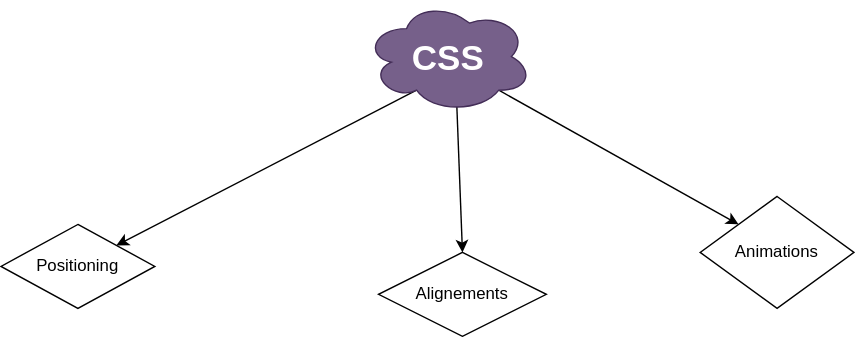
This is css/css.svg from knkrn5/Programming-Concepts, a draw.io export, as it was before one commit. Source tidied: cells renumbered, new cells last; positions are measured from the earlier drawing's top-left corner, leaving out a move shared by most shapes.
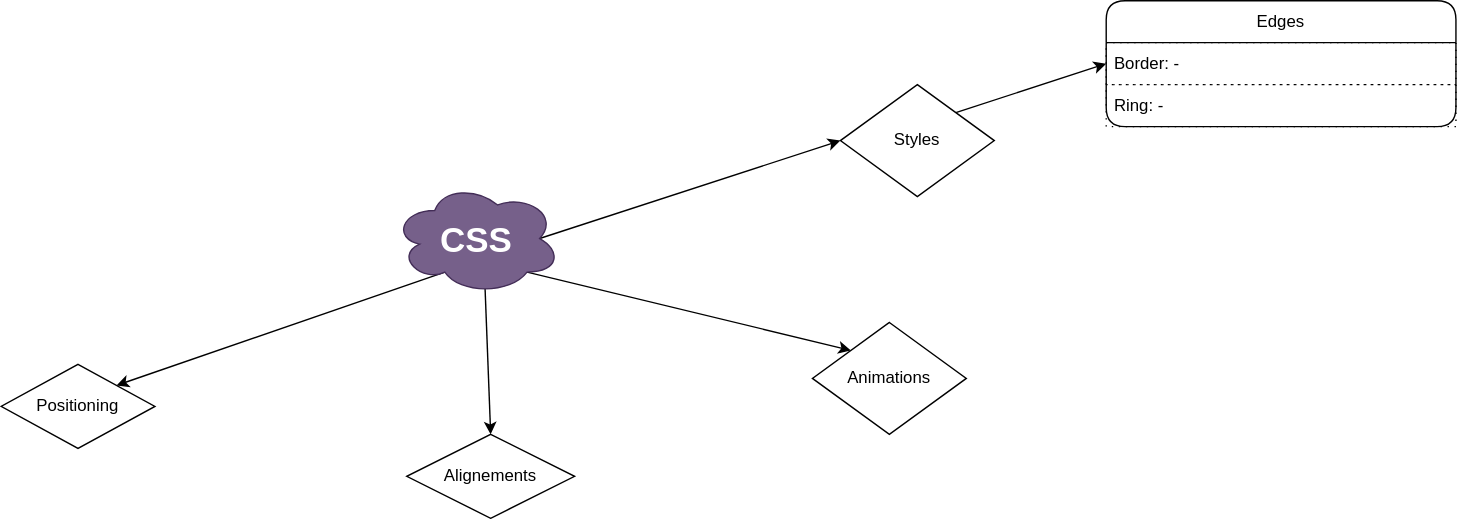
Above is the later version.

Diff of the diagram source:
```diff
@@ -11,17 +11,35 @@
     <mxCell id="4" style="edgeStyle=none;html=1;exitX=0.55;exitY=0.95;exitDx=0;exitDy=0;exitPerimeter=0;entryX=0.5;entryY=0;entryDx=0;entryDy=0;" parent="1" edge="1" source="5" target="8">
       <mxGeometry relative="1" as="geometry" />
     </mxCell>
+    <mxCell id="9" style="edgeStyle=none;html=1;exitX=0.875;exitY=0.5;exitDx=0;exitDy=0;exitPerimeter=0;entryX=0;entryY=0.5;entryDx=0;entryDy=0;" parent="1" edge="1" source="5" target="11">
+      <mxGeometry relative="1" as="geometry" />
+    </mxCell>
     <mxCell id="5" value="&lt;b&gt;&lt;font style=&quot;font-size: 25px;&quot;&gt;CSS&lt;/font&gt;&lt;/b&gt;" style="ellipse;shape=cloud;whiteSpace=wrap;html=1;fillColor=light-dark(#76608A,#4C0099);fontColor=#ffffff;strokeColor=#432D57;" parent="1" vertex="1">
       <mxGeometry x="260" width="120" height="80" as="geometry" />
     </mxCell>
     <mxCell id="6" value="Positioning" style="rhombus;whiteSpace=wrap;html=1;" parent="1" vertex="1">
-      <mxGeometry y="160" width="110" height="60" as="geometry" />
+      <mxGeometry x="-20" y="130" width="110" height="60" as="geometry" />
     </mxCell>
+    <mxCell id="10" style="edgeStyle=none;html=1;exitX=1;exitY=0;exitDx=0;exitDy=0;entryX=0;entryY=0.5;entryDx=0;entryDy=0;" parent="1" edge="1" source="11" target="12">
+      <mxGeometry relative="1" as="geometry" />
+    </mxCell>
     <mxCell id="7" value="Animations" style="rhombus;whiteSpace=wrap;html=1;" parent="1" vertex="1">
-      <mxGeometry x="500" y="140" width="110" height="80" as="geometry" />
+      <mxGeometry x="560" y="100" width="110" height="80" as="geometry" />
     </mxCell>
+    <mxCell id="11" value="Styles" style="rhombus;whiteSpace=wrap;html=1;" parent="1" vertex="1">
+      <mxGeometry x="580" y="-70" width="110" height="80" as="geometry" />
+    </mxCell>
     <mxCell id="8" value="Alignements" style="rhombus;whiteSpace=wrap;html=1;" parent="1" vertex="1">
       <mxGeometry x="270" y="180" width="120" height="60" as="geometry" />
     </mxCell>
+    <mxCell id="12" value="Edges" style="swimlane;fontStyle=0;horizontal=1;startSize=30;whiteSpace=wrap;html=1;rounded=1;" parent="1" vertex="1">
+      <mxGeometry x="770" y="-130" width="250" height="90" as="geometry" />
+    </mxCell>
+    <mxCell id="13" value="Border: -" style="text;strokeColor=default;fillColor=none;align=left;verticalAlign=middle;spacingLeft=4;spacingRight=4;overflow=hidden;whiteSpace=wrap;html=1;dashed=1;dashPattern=1 4;" parent="12" vertex="1">
+      <mxGeometry y="30" width="250" height="30" as="geometry" />
+    </mxCell>
+    <mxCell id="14" value="Ring: -&amp;nbsp;" style="text;strokeColor=default;fillColor=none;align=left;verticalAlign=middle;spacingLeft=4;spacingRight=4;overflow=hidden;whiteSpace=wrap;html=1;dashed=1;dashPattern=1 4;" parent="12" vertex="1">
+      <mxGeometry y="60" width="250" height="30" as="geometry" />
+    </mxCell>
   </root>
 </mxGraphModel>
```
